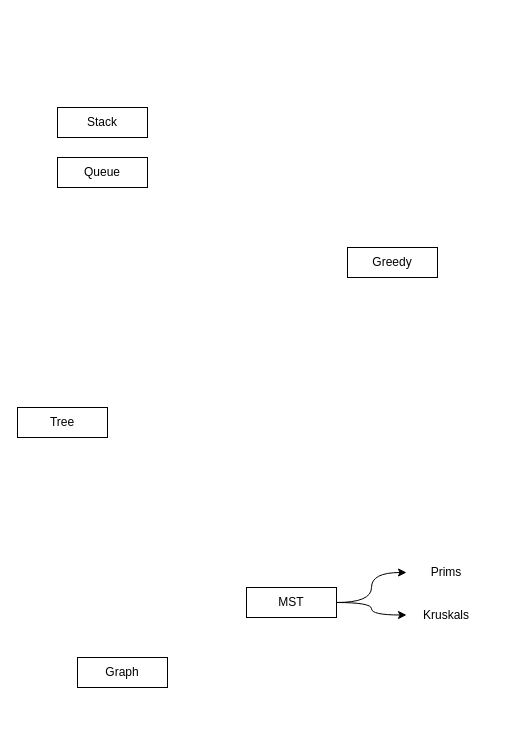
The draw.io diagram DAA.drawio in haoboliu66/Diagram, before the edit. Source tidied: cells renumbered, new cells numbered last; positions are measured from the earlier drawing's top-left corner, leaving out a move shared by most shapes. Both pictures are drawn from the tidied source at 100%, with x=0, y=0 at pixel (17, 107).
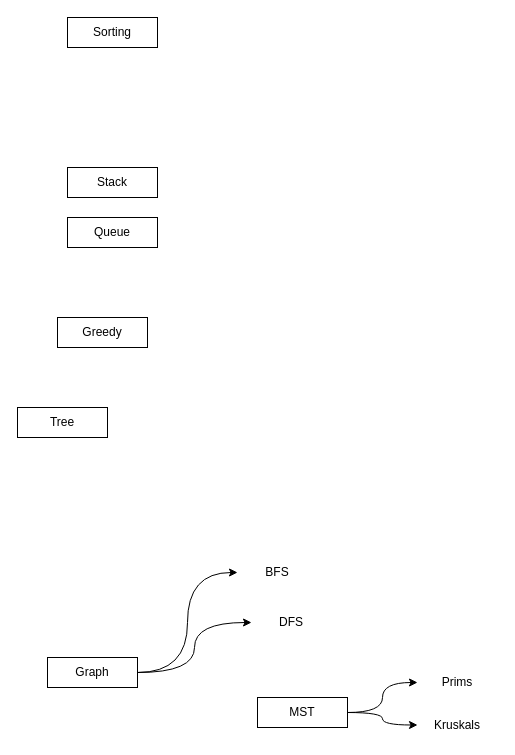
The same page after the edit.

Diff of the diagram source:
```diff
@@
 <mxGraphModel>
   <root>
     <mxCell id="0" />
     <mxCell id="1" parent="0" />
+    <mxCell id="12" style="edgeStyle=orthogonalEdgeStyle;shape=connector;curved=1;rounded=0;jettySize=auto;html=1;entryX=0;entryY=0.5;entryDx=0;entryDy=0;strokeColor=default;align=center;verticalAlign=middle;fontFamily=Helvetica;fontSize=11;fontColor=default;labelBackgroundColor=default;endArrow=classic;" parent="1" edge="1" source="2" target="14">
+      <mxGeometry relative="1" as="geometry" />
+    </mxCell>
+    <mxCell id="13" style="edgeStyle=orthogonalEdgeStyle;shape=connector;curved=1;rounded=0;jettySize=auto;html=1;entryX=0;entryY=0.5;entryDx=0;entryDy=0;strokeColor=default;align=center;verticalAlign=middle;fontFamily=Helvetica;fontSize=11;fontColor=default;labelBackgroundColor=default;endArrow=classic;" parent="1" edge="1" source="2" target="15">
+      <mxGeometry relative="1" as="geometry" />
+    </mxCell>
     <mxCell id="2" value="Graph" style="rounded=0;whiteSpace=wrap;html=1;" parent="1" vertex="1">
-      <mxGeometry x="60" y="550" width="90" height="30" as="geometry" />
+      <mxGeometry x="30" y="550" width="90" height="30" as="geometry" />
     </mxCell>
     <mxCell id="3" value="Prims" style="text;html=1;align=center;verticalAlign=middle;whiteSpace=wrap;rounded=0;" parent="1" vertex="1">
-      <mxGeometry x="389" y="450" width="80" height="30" as="geometry" />
+      <mxGeometry x="400" y="560" width="80" height="30" as="geometry" />
     </mxCell>
     <mxCell id="4" value="Stack" style="rounded=0;whiteSpace=wrap;html=1;" parent="1" vertex="1">
-      <mxGeometry x="40" width="90" height="30" as="geometry" />
+      <mxGeometry x="50" y="60" width="90" height="30" as="geometry" />
     </mxCell>
     <mxCell id="5" value="Queue" style="rounded=0;whiteSpace=wrap;html=1;" parent="1" vertex="1">
-      <mxGeometry x="40" y="50" width="90" height="30" as="geometry" />
+      <mxGeometry x="50" y="110" width="90" height="30" as="geometry" />
     </mxCell>
     <mxCell id="6" value="Tree" style="rounded=0;whiteSpace=wrap;html=1;" parent="1" vertex="1">
       <mxGeometry y="300" width="90" height="30" as="geometry" />
     </mxCell>
     <mxCell id="7" value="Greedy" style="rounded=0;whiteSpace=wrap;html=1;" parent="1" vertex="1">
-      <mxGeometry x="330" y="140" width="90" height="30" as="geometry" />
+      <mxGeometry x="40" y="210" width="90" height="30" as="geometry" />
     </mxCell>
     <mxCell id="8" value="Kruskals" style="text;html=1;align=center;verticalAlign=middle;whiteSpace=wrap;rounded=0;" parent="1" vertex="1">
-      <mxGeometry x="389" y="495" width="80" height="25" as="geometry" />
+      <mxGeometry x="400" y="605" width="80" height="25" as="geometry" />
     </mxCell>
     <mxCell id="9" style="edgeStyle=orthogonalEdgeStyle;rounded=0;jettySize=auto;html=1;curved=1;" parent="1" edge="1" source="11" target="3">
       <mxGeometry relative="1" as="geometry" />
     </mxCell>
     <mxCell id="10" style="edgeStyle=orthogonalEdgeStyle;shape=connector;curved=1;rounded=0;jettySize=auto;html=1;strokeColor=default;align=center;verticalAlign=middle;fontFamily=Helvetica;fontSize=11;fontColor=default;labelBackgroundColor=default;endArrow=classic;" parent="1" edge="1" source="11" target="8">
       <mxGeometry relative="1" as="geometry" />
     </mxCell>
     <mxCell id="11" value="MST" style="rounded=0;whiteSpace=wrap;html=1;" parent="1" vertex="1">
-      <mxGeometry x="229" y="480" width="90" height="30" as="geometry" />
+      <mxGeometry x="240" y="590" width="90" height="30" as="geometry" />
     </mxCell>
+    <mxCell id="14" value="BFS" style="text;html=1;align=center;verticalAlign=middle;whiteSpace=wrap;rounded=0;" parent="1" vertex="1">
+      <mxGeometry x="220" y="450" width="80" height="30" as="geometry" />
+    </mxCell>
+    <mxCell id="15" value="DFS" style="text;html=1;align=center;verticalAlign=middle;whiteSpace=wrap;rounded=0;" parent="1" vertex="1">
+      <mxGeometry x="234" y="500" width="80" height="30" as="geometry" />
+    </mxCell>
+    <mxCell id="16" value="Sorting" style="rounded=0;whiteSpace=wrap;html=1;" parent="1" vertex="1">
+      <mxGeometry x="50" y="-90" width="90" height="30" as="geometry" />
+    </mxCell>
   </root>
 </mxGraphModel>
```
